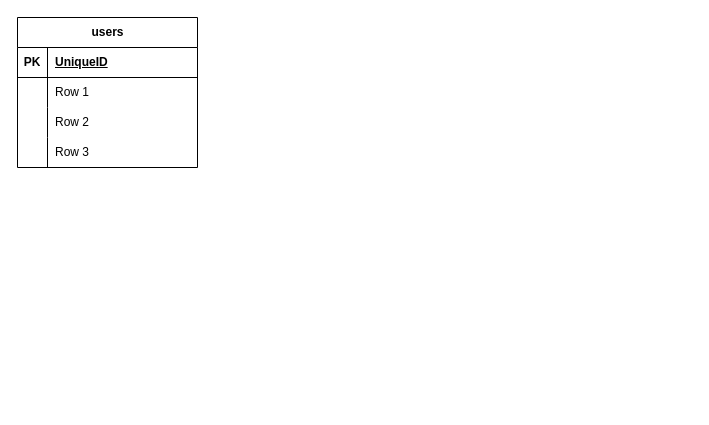
aiddd273/mew keeps this draw.io diagram as page "Страница-2" (2 of 2) of курсовой_4.drawio. Above is the earlier version. Source tidied: cells renumbered, new cells numbered last; positions are measured from the earlier drawing's top-left corner, leaving out a move shared by most shapes. Both pictures are drawn from the tidied source at 100%, with x=0, y=0 at pixel (17, 17).
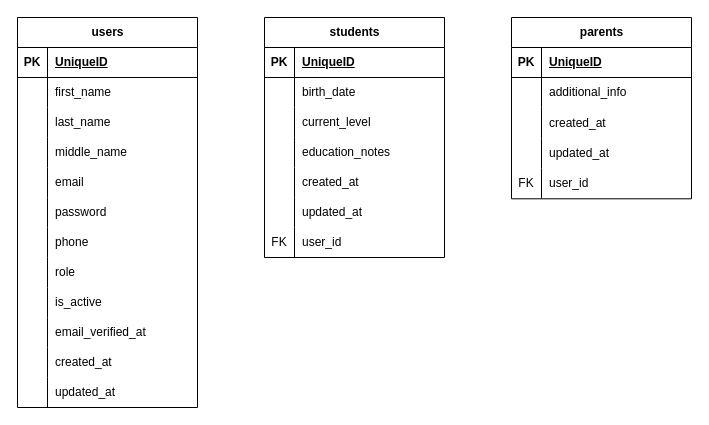
Above is the later version.

The change refers to these unchanged cells:
```xml
<mxCell id="6" style="shape=tableRow;horizontal=0;startSize=0;swimlaneHead=0;swimlaneBody=0;fillColor=none;top=0;left=0;right=0;bottom=0;" parent="2" vertex="1">
  <mxGeometry y="60" width="180" height="30" as="geometry" />
</mxCell>
<mxCell id="9" style="shape=tableRow;horizontal=0;startSize=0;swimlaneHead=0;swimlaneBody=0;fillColor=none;top=0;left=0;right=0;bottom=0;" parent="2" vertex="1">
  <mxGeometry y="90" width="180" height="30" as="geometry" />
</mxCell>
<mxCell id="12" style="shape=tableRow;horizontal=0;startSize=0;swimlaneHead=0;swimlaneBody=0;fillColor=none;top=0;left=0;right=0;bottom=0;" parent="2" vertex="1">
  <mxGeometry y="120" width="180" height="30" as="geometry" />
</mxCell>
```

Diff of the diagram source:
```diff
@@
     <mxCell id="2" value="users" style="shape=table;startSize=30;childLayout=tableLayout;rowLines=0;fontStyle=1;align=center;html=1;" parent="1" vertex="1">
-      <mxGeometry width="180" height="150" as="geometry" />
+      <mxGeometry width="180" height="390" as="geometry" />
     </mxCell>
@@
-    <mxCell id="8" value="Row 1" style="shape=partialRectangle;fillColor=none;top=0;left=0;bottom=0;right=0;align=left;spacingLeft=6;overflow=hidden;whiteSpace=wrap;html=1;" parent="6" vertex="1">
+    <mxCell id="8" value="first_name" style="shape=partialRectangle;fillColor=none;top=0;left=0;bottom=0;right=0;align=left;spacingLeft=6;overflow=hidden;whiteSpace=wrap;html=1;" parent="6" vertex="1">
       <mxGeometry x="30" width="150" height="30" as="geometry" />
     </mxCell>
@@
-    <mxCell id="11" value="Row 2" style="shape=partialRectangle;fillColor=none;top=0;left=0;bottom=0;right=0;align=left;spacingLeft=6;overflow=hidden;whiteSpace=wrap;html=1;" parent="9" vertex="1">
+    <mxCell id="11" value="last_name" style="shape=partialRectangle;fillColor=none;top=0;left=0;bottom=0;right=0;align=left;spacingLeft=6;overflow=hidden;whiteSpace=wrap;html=1;" parent="9" vertex="1">
       <mxGeometry x="30" width="150" height="30" as="geometry" />
     </mxCell>
@@
-    <mxCell id="14" value="Row 3" style="shape=partialRectangle;fillColor=none;top=0;left=0;bottom=0;right=0;align=left;spacingLeft=6;overflow=hidden;whiteSpace=wrap;html=1;" parent="12" vertex="1">
+    <mxCell id="14" value="middle_name" style="shape=partialRectangle;fillColor=none;top=0;left=0;bottom=0;right=0;align=left;spacingLeft=6;overflow=hidden;whiteSpace=wrap;html=1;" parent="12" vertex="1">
       <mxGeometry x="30" width="150" height="30" as="geometry" />
     </mxCell>
+    <mxCell id="15" style="shape=tableRow;horizontal=0;startSize=0;swimlaneHead=0;swimlaneBody=0;fillColor=none;top=0;left=0;right=0;bottom=0;" parent="2" vertex="1">
+      <mxGeometry y="150" width="180" height="30" as="geometry" />
+    </mxCell>
+    <mxCell id="16" style="shape=partialRectangle;fillColor=none;top=0;left=0;bottom=0;right=0;overflow=hidden;whiteSpace=wrap;html=1;" parent="15" vertex="1">
+      <mxGeometry width="30" height="30" as="geometry" />
+    </mxCell>
+    <mxCell id="17" value="email" style="shape=partialRectangle;fillColor=none;top=0;left=0;bottom=0;right=0;align=left;spacingLeft=6;overflow=hidden;whiteSpace=wrap;html=1;" parent="15" vertex="1">
+      <mxGeometry x="30" width="150" height="30" as="geometry" />
+    </mxCell>
+    <mxCell id="18" style="shape=tableRow;horizontal=0;startSize=0;swimlaneHead=0;swimlaneBody=0;fillColor=none;top=0;left=0;right=0;bottom=0;" parent="2" vertex="1">
+      <mxGeometry y="180" width="180" height="30" as="geometry" />
+    </mxCell>
+    <mxCell id="19" style="shape=partialRectangle;fillColor=none;top=0;left=0;bottom=0;right=0;overflow=hidden;whiteSpace=wrap;html=1;" parent="18" vertex="1">
+      <mxGeometry width="30" height="30" as="geometry" />
+    </mxCell>
+    <mxCell id="20" value="password" style="shape=partialRectangle;fillColor=none;top=0;left=0;bottom=0;right=0;align=left;spacingLeft=6;overflow=hidden;whiteSpace=wrap;html=1;" parent="18" vertex="1">
+      <mxGeometry x="30" width="150" height="30" as="geometry" />
+    </mxCell>
+    <mxCell id="21" style="shape=tableRow;horizontal=0;startSize=0;swimlaneHead=0;swimlaneBody=0;fillColor=none;top=0;left=0;right=0;bottom=0;" parent="2" vertex="1">
+      <mxGeometry y="210" width="180" height="30" as="geometry" />
+    </mxCell>
+    <mxCell id="22" style="shape=partialRectangle;fillColor=none;top=0;left=0;bottom=0;right=0;overflow=hidden;whiteSpace=wrap;html=1;" parent="21" vertex="1">
+      <mxGeometry width="30" height="30" as="geometry" />
+    </mxCell>
+    <mxCell id="23" value="phone" style="shape=partialRectangle;fillColor=none;top=0;left=0;bottom=0;right=0;align=left;spacingLeft=6;overflow=hidden;whiteSpace=wrap;html=1;" parent="21" vertex="1">
+      <mxGeometry x="30" width="150" height="30" as="geometry" />
+    </mxCell>
+    <mxCell id="24" style="shape=tableRow;horizontal=0;startSize=0;swimlaneHead=0;swimlaneBody=0;fillColor=none;top=0;left=0;right=0;bottom=0;" parent="2" vertex="1">
+      <mxGeometry y="240" width="180" height="30" as="geometry" />
+    </mxCell>
+    <mxCell id="25" style="shape=partialRectangle;fillColor=none;top=0;left=0;bottom=0;right=0;overflow=hidden;whiteSpace=wrap;html=1;" parent="24" vertex="1">
+      <mxGeometry width="30" height="30" as="geometry" />
+    </mxCell>
+    <mxCell id="26" value="role" style="shape=partialRectangle;fillColor=none;top=0;left=0;bottom=0;right=0;align=left;spacingLeft=6;overflow=hidden;whiteSpace=wrap;html=1;" parent="24" vertex="1">
+      <mxGeometry x="30" width="150" height="30" as="geometry" />
+    </mxCell>
+    <mxCell id="27" style="shape=tableRow;horizontal=0;startSize=0;swimlaneHead=0;swimlaneBody=0;fillColor=none;top=0;left=0;right=0;bottom=0;" parent="2" vertex="1">
+      <mxGeometry y="270" width="180" height="30" as="geometry" />
+    </mxCell>
+    <mxCell id="28" style="shape=partialRectangle;fillColor=none;top=0;left=0;bottom=0;right=0;overflow=hidden;whiteSpace=wrap;html=1;" parent="27" vertex="1">
+      <mxGeometry width="30" height="30" as="geometry" />
+    </mxCell>
+    <mxCell id="29" value="is_active" style="shape=partialRectangle;fillColor=none;top=0;left=0;bottom=0;right=0;align=left;spacingLeft=6;overflow=hidden;whiteSpace=wrap;html=1;" parent="27" vertex="1">
+      <mxGeometry x="30" width="150" height="30" as="geometry" />
+    </mxCell>
+    <mxCell id="30" style="shape=tableRow;horizontal=0;startSize=0;swimlaneHead=0;swimlaneBody=0;fillColor=none;top=0;left=0;right=0;bottom=0;" parent="2" vertex="1">
+      <mxGeometry y="300" width="180" height="30" as="geometry" />
+    </mxCell>
+    <mxCell id="31" style="shape=partialRectangle;fillColor=none;top=0;left=0;bottom=0;right=0;overflow=hidden;whiteSpace=wrap;html=1;" parent="30" vertex="1">
+      <mxGeometry width="30" height="30" as="geometry" />
+    </mxCell>
+    <mxCell id="32" value="email_verified_at" style="shape=partialRectangle;fillColor=none;top=0;left=0;bottom=0;right=0;align=left;spacingLeft=6;overflow=hidden;whiteSpace=wrap;html=1;" parent="30" vertex="1">
+      <mxGeometry x="30" width="150" height="30" as="geometry" />
+    </mxCell>
+    <mxCell id="33" style="shape=tableRow;horizontal=0;startSize=0;swimlaneHead=0;swimlaneBody=0;fillColor=none;top=0;left=0;right=0;bottom=0;" parent="2" vertex="1">
+      <mxGeometry y="330" width="180" height="30" as="geometry" />
+    </mxCell>
+    <mxCell id="34" style="shape=partialRectangle;fillColor=none;top=0;left=0;bottom=0;right=0;overflow=hidden;whiteSpace=wrap;html=1;" parent="33" vertex="1">
+      <mxGeometry width="30" height="30" as="geometry" />
+    </mxCell>
+    <mxCell id="35" value="created_at" style="shape=partialRectangle;fillColor=none;top=0;left=0;bottom=0;right=0;align=left;spacingLeft=6;overflow=hidden;whiteSpace=wrap;html=1;" parent="33" vertex="1">
+      <mxGeometry x="30" width="150" height="30" as="geometry" />
+    </mxCell>
+    <mxCell id="36" style="shape=tableRow;horizontal=0;startSize=0;swimlaneHead=0;swimlaneBody=0;fillColor=none;top=0;left=0;right=0;bottom=0;" parent="2" vertex="1">
+      <mxGeometry y="360" width="180" height="30" as="geometry" />
+    </mxCell>
+    <mxCell id="37" style="shape=partialRectangle;fillColor=none;top=0;left=0;bottom=0;right=0;overflow=hidden;whiteSpace=wrap;html=1;" parent="36" vertex="1">
+      <mxGeometry width="30" height="30" as="geometry" />
+    </mxCell>
+    <mxCell id="38" value="updated_at" style="shape=partialRectangle;fillColor=none;top=0;left=0;bottom=0;right=0;align=left;spacingLeft=6;overflow=hidden;whiteSpace=wrap;html=1;" parent="36" vertex="1">
+      <mxGeometry x="30" width="150" height="30" as="geometry" />
+    </mxCell>
+    <mxCell id="39" value="students" style="shape=table;startSize=30;childLayout=tableLayout;rowLines=0;fontStyle=1;align=center;html=1;" parent="1" vertex="1">
+      <mxGeometry x="247" width="180" height="240" as="geometry" />
+    </mxCell>
+    <mxCell id="40" style="shape=tableRow;horizontal=0;startSize=0;swimlaneHead=0;swimlaneBody=0;fillColor=none;top=0;left=0;right=0;bottom=1;" parent="39" vertex="1">
+      <mxGeometry y="30" width="180" height="30" as="geometry" />
+    </mxCell>
+    <mxCell id="41" value="PK" style="shape=partialRectangle;fillColor=none;top=0;left=0;bottom=0;right=0;fontStyle=1;overflow=hidden;whiteSpace=wrap;html=1;" parent="40" vertex="1">
+      <mxGeometry width="30" height="30" as="geometry" />
+    </mxCell>
+    <mxCell id="42" value="UniqueID" style="shape=partialRectangle;fillColor=none;top=0;left=0;bottom=0;right=0;align=left;spacingLeft=6;fontStyle=5;overflow=hidden;whiteSpace=wrap;html=1;" parent="40" vertex="1">
+      <mxGeometry x="30" width="150" height="30" as="geometry" />
+    </mxCell>
+    <mxCell id="43" style="shape=tableRow;horizontal=0;startSize=0;swimlaneHead=0;swimlaneBody=0;fillColor=none;top=0;left=0;right=0;bottom=0;" parent="39" vertex="1">
+      <mxGeometry y="60" width="180" height="30" as="geometry" />
+    </mxCell>
+    <mxCell id="44" style="shape=partialRectangle;fillColor=none;top=0;left=0;bottom=0;right=0;overflow=hidden;whiteSpace=wrap;html=1;" parent="43" vertex="1">
+      <mxGeometry width="30" height="30" as="geometry" />
+    </mxCell>
+    <mxCell id="45" value="birth_date" style="shape=partialRectangle;fillColor=none;top=0;left=0;bottom=0;right=0;align=left;spacingLeft=6;overflow=hidden;whiteSpace=wrap;html=1;" parent="43" vertex="1">
+      <mxGeometry x="30" width="150" height="30" as="geometry" />
+    </mxCell>
+    <mxCell id="46" style="shape=tableRow;horizontal=0;startSize=0;swimlaneHead=0;swimlaneBody=0;fillColor=none;top=0;left=0;right=0;bottom=0;" parent="39" vertex="1">
+      <mxGeometry y="90" width="180" height="30" as="geometry" />
+    </mxCell>
+    <mxCell id="47" style="shape=partialRectangle;fillColor=none;top=0;left=0;bottom=0;right=0;overflow=hidden;whiteSpace=wrap;html=1;" parent="46" vertex="1">
+      <mxGeometry width="30" height="30" as="geometry" />
+    </mxCell>
+    <mxCell id="48" value="current_level" style="shape=partialRectangle;fillColor=none;top=0;left=0;bottom=0;right=0;align=left;spacingLeft=6;overflow=hidden;whiteSpace=wrap;html=1;" parent="46" vertex="1">
+      <mxGeometry x="30" width="150" height="30" as="geometry" />
+    </mxCell>
+    <mxCell id="49" style="shape=tableRow;horizontal=0;startSize=0;swimlaneHead=0;swimlaneBody=0;fillColor=none;top=0;left=0;right=0;bottom=0;" parent="39" vertex="1">
+      <mxGeometry y="120" width="180" height="30" as="geometry" />
+    </mxCell>
+    <mxCell id="50" style="shape=partialRectangle;fillColor=none;top=0;left=0;bottom=0;right=0;overflow=hidden;whiteSpace=wrap;html=1;" parent="49" vertex="1">
+      <mxGeometry width="30" height="30" as="geometry" />
+    </mxCell>
+    <mxCell id="51" value="education_notes" style="shape=partialRectangle;fillColor=none;top=0;left=0;bottom=0;right=0;align=left;spacingLeft=6;overflow=hidden;whiteSpace=wrap;html=1;" parent="49" vertex="1">
+      <mxGeometry x="30" width="150" height="30" as="geometry" />
+    </mxCell>
+    <mxCell id="52" style="shape=tableRow;horizontal=0;startSize=0;swimlaneHead=0;swimlaneBody=0;fillColor=none;top=0;left=0;right=0;bottom=0;" parent="39" vertex="1">
+      <mxGeometry y="150" width="180" height="30" as="geometry" />
+    </mxCell>
+    <mxCell id="53" style="shape=partialRectangle;fillColor=none;top=0;left=0;bottom=0;right=0;overflow=hidden;whiteSpace=wrap;html=1;" parent="52" vertex="1">
+      <mxGeometry width="30" height="30" as="geometry" />
+    </mxCell>
+    <mxCell id="54" value="created_at" style="shape=partialRectangle;fillColor=none;top=0;left=0;bottom=0;right=0;align=left;spacingLeft=6;overflow=hidden;whiteSpace=wrap;html=1;" parent="52" vertex="1">
+      <mxGeometry x="30" width="150" height="30" as="geometry" />
+    </mxCell>
+    <mxCell id="55" style="shape=tableRow;horizontal=0;startSize=0;swimlaneHead=0;swimlaneBody=0;fillColor=none;top=0;left=0;right=0;bottom=0;" parent="39" vertex="1">
+      <mxGeometry y="180" width="180" height="30" as="geometry" />
+    </mxCell>
+    <mxCell id="56" style="shape=partialRectangle;fillColor=none;top=0;left=0;bottom=0;right=0;overflow=hidden;whiteSpace=wrap;html=1;" parent="55" vertex="1">
+      <mxGeometry width="30" height="30" as="geometry" />
+    </mxCell>
+    <mxCell id="57" value="updated_at" style="shape=partialRectangle;fillColor=none;top=0;left=0;bottom=0;right=0;align=left;spacingLeft=6;overflow=hidden;whiteSpace=wrap;html=1;" parent="55" vertex="1">
+      <mxGeometry x="30" width="150" height="30" as="geometry" />
+    </mxCell>
+    <mxCell id="58" style="shape=tableRow;horizontal=0;startSize=0;swimlaneHead=0;swimlaneBody=0;fillColor=none;top=0;left=0;right=0;bottom=0;" parent="39" vertex="1">
+      <mxGeometry y="210" width="180" height="30" as="geometry" />
+    </mxCell>
+    <mxCell id="59" value="FK" style="shape=partialRectangle;fillColor=none;top=0;left=0;bottom=0;right=0;overflow=hidden;whiteSpace=wrap;html=1;" parent="58" vertex="1">
+      <mxGeometry width="30" height="30" as="geometry" />
+    </mxCell>
+    <mxCell id="60" value="user_id" style="shape=partialRectangle;fillColor=none;top=0;left=0;bottom=0;right=0;align=left;spacingLeft=6;overflow=hidden;whiteSpace=wrap;html=1;" parent="58" vertex="1">
+      <mxGeometry x="30" width="150" height="30" as="geometry" />
+    </mxCell>
+    <mxCell id="61" value="parents" style="shape=table;startSize=30;childLayout=tableLayout;rowLines=0;fontStyle=1;align=center;html=1;" parent="1" vertex="1">
+      <mxGeometry x="494" width="180" height="181.3" as="geometry" />
+    </mxCell>
+    <mxCell id="62" style="shape=tableRow;horizontal=0;startSize=0;swimlaneHead=0;swimlaneBody=0;fillColor=none;top=0;left=0;right=0;bottom=1;" parent="61" vertex="1">
+      <mxGeometry y="30" width="180" height="30" as="geometry" />
+    </mxCell>
+    <mxCell id="63" value="PK" style="shape=partialRectangle;fillColor=none;top=0;left=0;bottom=0;right=0;fontStyle=1;overflow=hidden;whiteSpace=wrap;html=1;" parent="62" vertex="1">
+      <mxGeometry width="30" height="30" as="geometry" />
+    </mxCell>
+    <mxCell id="64" value="UniqueID" style="shape=partialRectangle;fillColor=none;top=0;left=0;bottom=0;right=0;align=left;spacingLeft=6;fontStyle=5;overflow=hidden;whiteSpace=wrap;html=1;" parent="62" vertex="1">
+      <mxGeometry x="30" width="150" height="30" as="geometry" />
+    </mxCell>
+    <mxCell id="65" style="shape=tableRow;horizontal=0;startSize=0;swimlaneHead=0;swimlaneBody=0;fillColor=none;top=0;left=0;right=0;bottom=0;" parent="61" vertex="1">
+      <mxGeometry y="60" width="180" height="30" as="geometry" />
+    </mxCell>
+    <mxCell id="66" style="shape=partialRectangle;fillColor=none;top=0;left=0;bottom=0;right=0;overflow=hidden;whiteSpace=wrap;html=1;" parent="65" vertex="1">
+      <mxGeometry width="30" height="30" as="geometry" />
+    </mxCell>
+    <mxCell id="67" value="additional_info" style="shape=partialRectangle;fillColor=none;top=0;left=0;bottom=0;right=0;align=left;spacingLeft=6;overflow=hidden;whiteSpace=wrap;html=1;" parent="65" vertex="1">
+      <mxGeometry x="30" width="150" height="30" as="geometry" />
+    </mxCell>
+    <mxCell id="68" style="shape=tableRow;horizontal=0;startSize=0;swimlaneHead=0;swimlaneBody=0;fillColor=none;top=0;left=0;right=0;bottom=0;" parent="61" vertex="1">
+      <mxGeometry y="90" width="180" height="31" as="geometry" />
+    </mxCell>
+    <mxCell id="69" style="shape=partialRectangle;fillColor=none;top=0;left=0;bottom=0;right=0;overflow=hidden;whiteSpace=wrap;html=1;" parent="68" vertex="1">
+      <mxGeometry width="30" height="31" as="geometry" />
+    </mxCell>
+    <mxCell id="70" value="created_at" style="shape=partialRectangle;fillColor=none;top=0;left=0;bottom=0;right=0;align=left;spacingLeft=6;overflow=hidden;whiteSpace=wrap;html=1;" parent="68" vertex="1">
+      <mxGeometry x="30" width="150" height="31" as="geometry" />
+    </mxCell>
+    <mxCell id="71" style="shape=tableRow;horizontal=0;startSize=0;swimlaneHead=0;swimlaneBody=0;fillColor=none;top=0;left=0;right=0;bottom=0;" parent="61" vertex="1">
+      <mxGeometry y="121" width="180" height="30" as="geometry" />
+    </mxCell>
+    <mxCell id="72" style="shape=partialRectangle;fillColor=none;top=0;left=0;bottom=0;right=0;overflow=hidden;whiteSpace=wrap;html=1;" parent="71" vertex="1">
+      <mxGeometry width="30" height="30" as="geometry" />
+    </mxCell>
+    <mxCell id="73" value="updated_at" style="shape=partialRectangle;fillColor=none;top=0;left=0;bottom=0;right=0;align=left;spacingLeft=6;overflow=hidden;whiteSpace=wrap;html=1;" parent="71" vertex="1">
+      <mxGeometry x="30" width="150" height="30" as="geometry" />
+    </mxCell>
+    <mxCell id="74" style="shape=tableRow;horizontal=0;startSize=0;swimlaneHead=0;swimlaneBody=0;fillColor=none;top=0;left=0;right=0;bottom=0;" parent="61" vertex="1">
+      <mxGeometry y="151" width="180" height="30" as="geometry" />
+    </mxCell>
+    <mxCell id="75" value="FK" style="shape=partialRectangle;fillColor=none;top=0;left=0;bottom=0;right=0;overflow=hidden;whiteSpace=wrap;html=1;" parent="74" vertex="1">
+      <mxGeometry width="30" height="30" as="geometry" />
+    </mxCell>
+    <mxCell id="76" value="user_id" style="shape=partialRectangle;fillColor=none;top=0;left=0;bottom=0;right=0;align=left;spacingLeft=6;overflow=hidden;whiteSpace=wrap;html=1;" parent="74" vertex="1">
+      <mxGeometry x="30" width="150" height="30" as="geometry" />
+    </mxCell>
```
